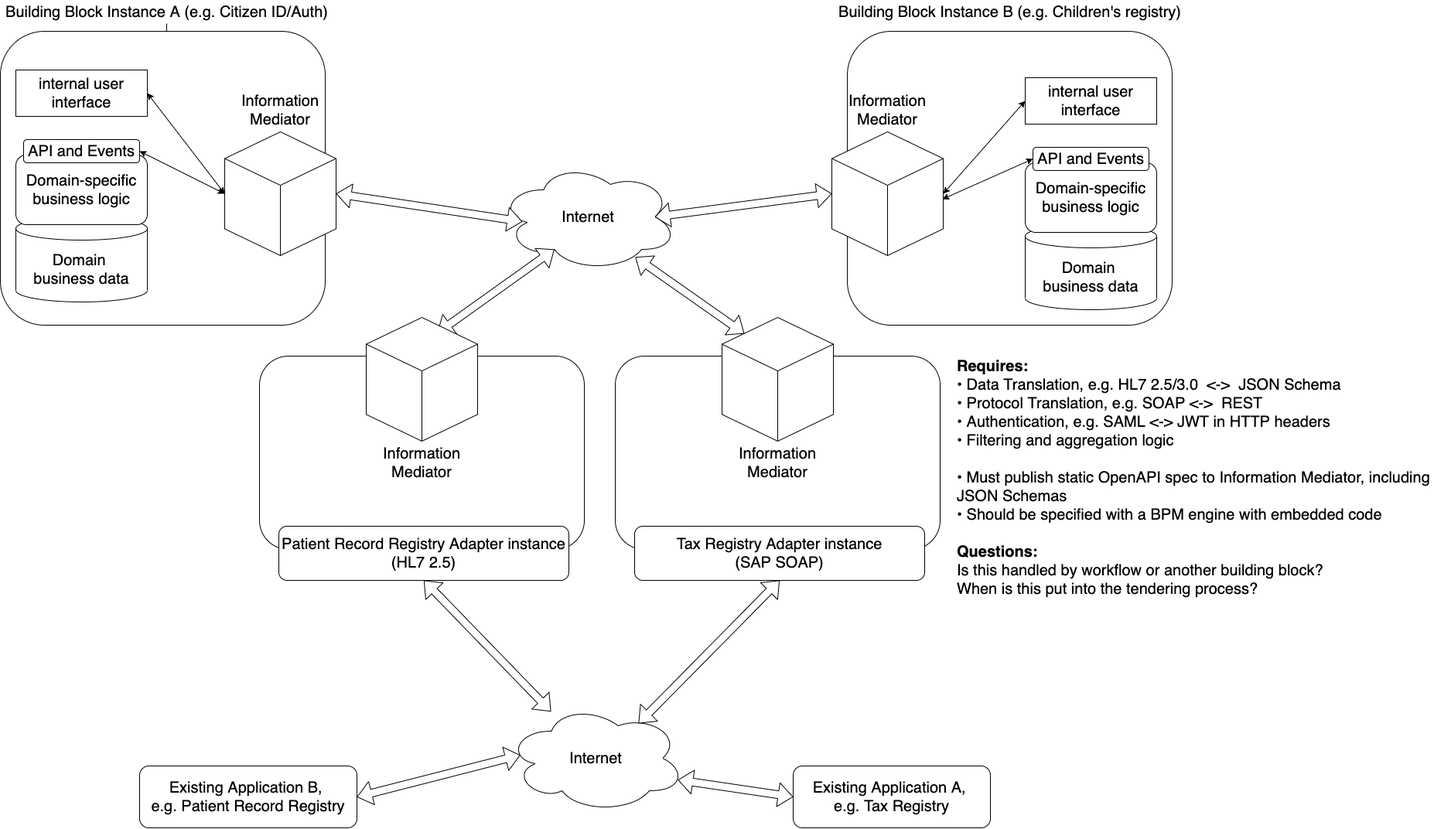
Earlier version of the draw.io export diagrams/adapters.png (GovStackWorkingGroup/BuildingBlockAPI). Source tidied: cells renumbered, new cells last; positions are measured from the earlier drawing's top-left corner, leaving out a move shared by most shapes.
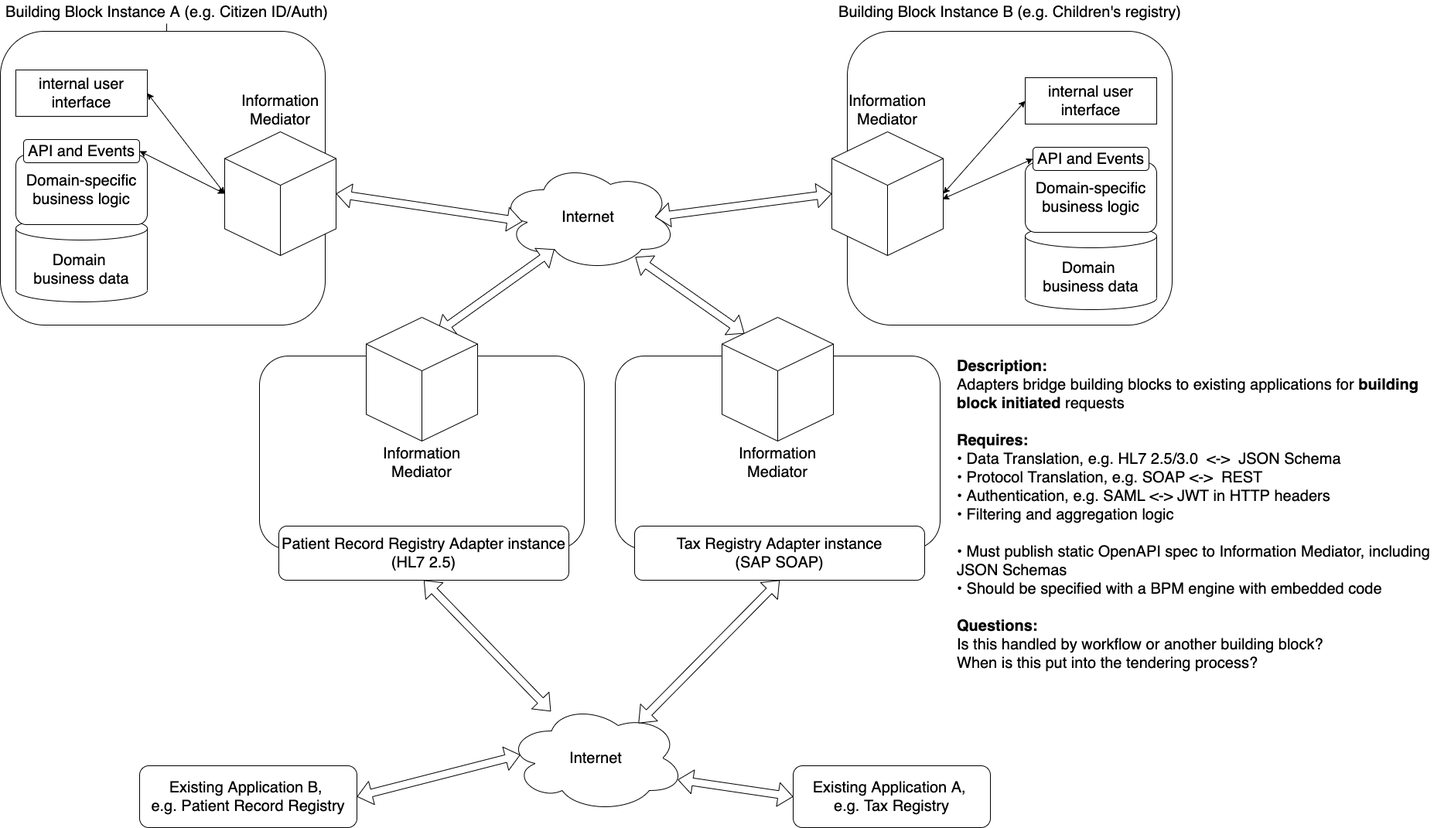
Above is the later version.

Diff of the diagram source:
```diff
@@ -133,7 +133,7 @@
     <mxCell id="44" value="Patient Record Registry Adapter instance&lt;br&gt;(HL7 2.5)" style="rounded=1;whiteSpace=wrap;html=1;fontSize=20;" parent="43" vertex="1">
       <mxGeometry width="375" height="70" as="geometry" />
     </mxCell>
-    <mxCell id="45" value="&lt;div&gt;&lt;font face=&quot;helvetica&quot;&gt;&lt;span style=&quot;font-size: 20px&quot;&gt;&lt;b&gt;Requires:&lt;/b&gt;&lt;/span&gt;&lt;/font&gt;&lt;/div&gt;&lt;div&gt;&lt;span style=&quot;font-size: 20px&quot;&gt;&lt;font face=&quot;helvetica&quot;&gt;• Data Translation, e.g. HL7 2.5/3.0&amp;nbsp; &amp;lt;-&amp;gt;&amp;nbsp; JSON Schema&lt;/font&gt;&lt;/span&gt;&lt;/div&gt;&lt;div&gt;&lt;span style=&quot;font-size: 20px&quot;&gt;&lt;font face=&quot;helvetica&quot;&gt;• Protocol Translation, e.g. SOAP &amp;lt;-&amp;gt;&amp;nbsp; REST&lt;/font&gt;&lt;/span&gt;&lt;/div&gt;&lt;div&gt;&lt;span style=&quot;font-size: 20px&quot;&gt;&lt;font face=&quot;helvetica&quot;&gt;• Authentication, e.g. SAML &amp;lt;-&amp;gt; JWT in HTTP headers&lt;/font&gt;&lt;/span&gt;&lt;/div&gt;&lt;div&gt;&lt;span style=&quot;font-size: 20px&quot;&gt;&lt;font face=&quot;helvetica&quot;&gt;• Filtering and aggregation logic&lt;/font&gt;&lt;/span&gt;&lt;/div&gt;&lt;div&gt;&lt;/div&gt;&lt;span style=&quot;font-family: &amp;#34;helvetica&amp;#34; ; font-size: 20px&quot;&gt;&lt;br&gt;&lt;/span&gt;&lt;div&gt;&lt;span style=&quot;font-size: 20px&quot;&gt;&lt;font face=&quot;helvetica&quot;&gt;• Must publish static OpenAPI spec to Information Mediator, including JSON Schemas&lt;/font&gt;&lt;/span&gt;&lt;/div&gt;&lt;div&gt;&lt;span style=&quot;font-family: &amp;#34;helvetica&amp;#34; ; font-size: 20px&quot;&gt;•&amp;nbsp;&lt;/span&gt;&lt;span style=&quot;font-family: &amp;#34;helvetica&amp;#34; ; font-size: 20px&quot;&gt;Should be specified with a BPM engine with embedded code&lt;/span&gt;&lt;span style=&quot;font-size: 20px&quot;&gt;&lt;font face=&quot;helvetica&quot;&gt;&lt;br&gt;&lt;/font&gt;&lt;/span&gt;&lt;/div&gt;&lt;div&gt;&lt;span style=&quot;font-family: &amp;#34;helvetica&amp;#34; ; font-size: 20px&quot;&gt;&lt;br&gt;&lt;/span&gt;&lt;/div&gt;&lt;div&gt;&lt;span style=&quot;font-family: &amp;#34;helvetica&amp;#34; ; font-size: 20px&quot;&gt;&lt;b&gt;Questions:&lt;/b&gt;&lt;/span&gt;&lt;/div&gt;&lt;div&gt;&lt;span style=&quot;font-family: &amp;#34;helvetica&amp;#34; ; font-size: 20px&quot;&gt;Is this handled by workflow or another building block?&lt;/span&gt;&lt;/div&gt;&lt;div&gt;&lt;span style=&quot;font-family: &amp;#34;helvetica&amp;#34; ; font-size: 20px&quot;&gt;When is this put into the tendering process?&lt;/span&gt;&lt;/div&gt;" style="text;whiteSpace=wrap;html=1;align=left;" parent="1" vertex="1">
+    <mxCell id="45" value="&lt;div&gt;&lt;font face=&quot;helvetica&quot;&gt;&lt;span style=&quot;font-size: 20px&quot;&gt;&lt;b&gt;Description:&lt;/b&gt;&lt;/span&gt;&lt;/font&gt;&lt;/div&gt;&lt;div&gt;&lt;font face=&quot;helvetica&quot;&gt;&lt;span style=&quot;font-size: 20px&quot;&gt;Adapters bridge building blocks to existing applications for &lt;b&gt;building block initiated&lt;/b&gt; requests&lt;/span&gt;&lt;/font&gt;&lt;/div&gt;&lt;div&gt;&lt;font face=&quot;helvetica&quot;&gt;&lt;span style=&quot;font-size: 20px&quot;&gt;&lt;b&gt;&lt;br&gt;&lt;/b&gt;&lt;/span&gt;&lt;/font&gt;&lt;/div&gt;&lt;div&gt;&lt;font face=&quot;helvetica&quot;&gt;&lt;span style=&quot;font-size: 20px&quot;&gt;&lt;b&gt;Requires:&lt;/b&gt;&lt;/span&gt;&lt;/font&gt;&lt;/div&gt;&lt;div&gt;&lt;span style=&quot;font-size: 20px&quot;&gt;&lt;font face=&quot;helvetica&quot;&gt;• Data Translation, e.g. HL7 2.5/3.0&amp;nbsp; &amp;lt;-&amp;gt;&amp;nbsp; JSON Schema&lt;/font&gt;&lt;/span&gt;&lt;/div&gt;&lt;div&gt;&lt;span style=&quot;font-size: 20px&quot;&gt;&lt;font face=&quot;helvetica&quot;&gt;• Protocol Translation, e.g. SOAP &amp;lt;-&amp;gt;&amp;nbsp; REST&lt;/font&gt;&lt;/span&gt;&lt;/div&gt;&lt;div&gt;&lt;span style=&quot;font-size: 20px&quot;&gt;&lt;font face=&quot;helvetica&quot;&gt;• Authentication, e.g. SAML &amp;lt;-&amp;gt; JWT in HTTP headers&lt;/font&gt;&lt;/span&gt;&lt;/div&gt;&lt;div&gt;&lt;span style=&quot;font-size: 20px&quot;&gt;&lt;font face=&quot;helvetica&quot;&gt;• Filtering and aggregation logic&lt;/font&gt;&lt;/span&gt;&lt;/div&gt;&lt;div&gt;&lt;/div&gt;&lt;span style=&quot;font-family: &amp;#34;helvetica&amp;#34; ; font-size: 20px&quot;&gt;&lt;br&gt;&lt;/span&gt;&lt;div&gt;&lt;span style=&quot;font-size: 20px&quot;&gt;&lt;font face=&quot;helvetica&quot;&gt;• Must publish static OpenAPI spec to Information Mediator, including JSON Schemas&lt;/font&gt;&lt;/span&gt;&lt;/div&gt;&lt;div&gt;&lt;span style=&quot;font-family: &amp;#34;helvetica&amp;#34; ; font-size: 20px&quot;&gt;•&amp;nbsp;&lt;/span&gt;&lt;span style=&quot;font-family: &amp;#34;helvetica&amp;#34; ; font-size: 20px&quot;&gt;Should be specified with a BPM engine with embedded code&lt;/span&gt;&lt;span style=&quot;font-size: 20px&quot;&gt;&lt;font face=&quot;helvetica&quot;&gt;&lt;br&gt;&lt;/font&gt;&lt;/span&gt;&lt;/div&gt;&lt;div&gt;&lt;span style=&quot;font-family: &amp;#34;helvetica&amp;#34; ; font-size: 20px&quot;&gt;&lt;br&gt;&lt;/span&gt;&lt;/div&gt;&lt;div&gt;&lt;span style=&quot;font-family: &amp;#34;helvetica&amp;#34; ; font-size: 20px&quot;&gt;&lt;b&gt;Questions:&lt;/b&gt;&lt;/span&gt;&lt;/div&gt;&lt;div&gt;&lt;span style=&quot;font-family: &amp;#34;helvetica&amp;#34; ; font-size: 20px&quot;&gt;Is this handled by workflow or another building block?&lt;/span&gt;&lt;/div&gt;&lt;div&gt;&lt;span style=&quot;font-family: &amp;#34;helvetica&amp;#34; ; font-size: 20px&quot;&gt;When is this put into the tendering process?&lt;/span&gt;&lt;/div&gt;" style="text;whiteSpace=wrap;html=1;align=left;" parent="1" vertex="1">
       <mxGeometry x="1235" y="455" width="640" height="405" as="geometry" />
     </mxCell>
     <mxCell id="46" value="&lt;font style=&quot;font-size: 20px&quot;&gt;Existing Application B, &lt;br&gt;e.g. Patient Record Registry&lt;/font&gt;" style="rounded=1;whiteSpace=wrap;html=1;" parent="1" vertex="1">
```
